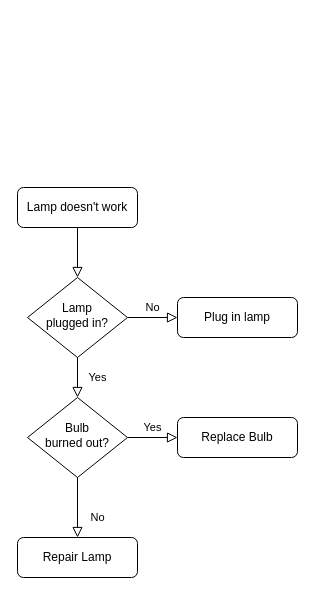
Earlier version of the draw.io diagram 객체지향 설계.drawio (ChanY00/-). Source tidied: cells renumbered, new cells numbered last; positions are measured from the earlier drawing's top-left corner, leaving out a move shared by most shapes. Both pictures are drawn from the tidied source at 100%, with x=0, y=0 at pixel (17, 187).
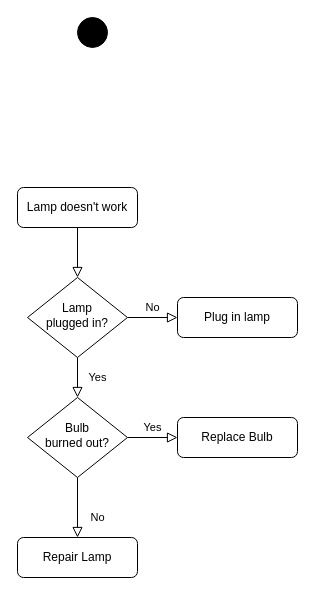
The same page after the edit.

Commit message (it also covers changes not shown here):
객체지향 설계.drawio 업데이트

Diff of the diagram source:
```diff
@@
 <mxGraphModel>
   <root>
     <mxCell id="0" />
     <mxCell id="1" parent="0" />
     <mxCell id="2" style="rounded=0;html=1;jettySize=auto;fontSize=11;endArrow=block;endFill=0;endSize=8;strokeWidth=1;shadow=0;labelBackgroundColor=none;edgeStyle=orthogonalEdgeStyle;" parent="1" edge="1" source="3" target="6">
       <mxGeometry relative="1" as="geometry" />
     </mxCell>
     <mxCell id="3" value="Lamp doesn't work" style="rounded=1;whiteSpace=wrap;html=1;fontSize=12;glass=0;strokeWidth=1;shadow=0;" parent="1" vertex="1">
       <mxGeometry width="120" height="40" as="geometry" />
     </mxCell>
     <mxCell id="4" value="Yes" style="rounded=0;html=1;jettySize=auto;fontSize=11;endArrow=block;endFill=0;endSize=8;strokeWidth=1;shadow=0;labelBackgroundColor=none;edgeStyle=orthogonalEdgeStyle;" parent="1" edge="1" source="6" target="10">
       <mxGeometry y="20" relative="1" as="geometry" />
     </mxCell>
     <mxCell id="5" value="No" style="edgeStyle=orthogonalEdgeStyle;rounded=0;html=1;jettySize=auto;fontSize=11;endArrow=block;endFill=0;endSize=8;strokeWidth=1;shadow=0;labelBackgroundColor=none;" parent="1" edge="1" source="6" target="7">
       <mxGeometry y="10" relative="1" as="geometry" />
     </mxCell>
     <mxCell id="6" value="Lamp&lt;br&gt;plugged in?" style="rhombus;whiteSpace=wrap;html=1;shadow=0;fontFamily=Helvetica;fontSize=12;align=center;strokeWidth=1;spacing=6;spacingTop=-4;" parent="1" vertex="1">
       <mxGeometry x="10" y="90" width="100" height="80" as="geometry" />
     </mxCell>
     <mxCell id="7" value="Plug in lamp" style="rounded=1;whiteSpace=wrap;html=1;fontSize=12;glass=0;strokeWidth=1;shadow=0;" parent="1" vertex="1">
       <mxGeometry x="160" y="110" width="120" height="40" as="geometry" />
     </mxCell>
     <mxCell id="8" value="No" style="rounded=0;html=1;jettySize=auto;fontSize=11;endArrow=block;endFill=0;endSize=8;strokeWidth=1;shadow=0;labelBackgroundColor=none;edgeStyle=orthogonalEdgeStyle;" parent="1" edge="1" source="10" target="11">
       <mxGeometry x="0.33" y="20" relative="1" as="geometry" />
     </mxCell>
     <mxCell id="9" value="Yes" style="edgeStyle=orthogonalEdgeStyle;rounded=0;html=1;jettySize=auto;fontSize=11;endArrow=block;endFill=0;endSize=8;strokeWidth=1;shadow=0;labelBackgroundColor=none;" parent="1" edge="1" source="10" target="12">
       <mxGeometry y="10" relative="1" as="geometry" />
     </mxCell>
     <mxCell id="10" value="Bulb&lt;br&gt;burned out?" style="rhombus;whiteSpace=wrap;html=1;shadow=0;fontFamily=Helvetica;fontSize=12;align=center;strokeWidth=1;spacing=6;spacingTop=-4;" parent="1" vertex="1">
       <mxGeometry x="10" y="210" width="100" height="80" as="geometry" />
     </mxCell>
     <mxCell id="11" value="Repair Lamp" style="rounded=1;whiteSpace=wrap;html=1;fontSize=12;glass=0;strokeWidth=1;shadow=0;" parent="1" vertex="1">
       <mxGeometry y="350" width="120" height="40" as="geometry" />
     </mxCell>
     <mxCell id="12" value="Replace Bulb" style="rounded=1;whiteSpace=wrap;html=1;fontSize=12;glass=0;strokeWidth=1;shadow=0;" parent="1" vertex="1">
       <mxGeometry x="160" y="230" width="120" height="40" as="geometry" />
     </mxCell>
+    <mxCell id="13" style="ellipse;fillColor=strokeColor;html=1;" parent="1" vertex="1">
+      <mxGeometry x="60" y="-170" width="30" height="30" as="geometry" />
+    </mxCell>
   </root>
 </mxGraphModel>
```
